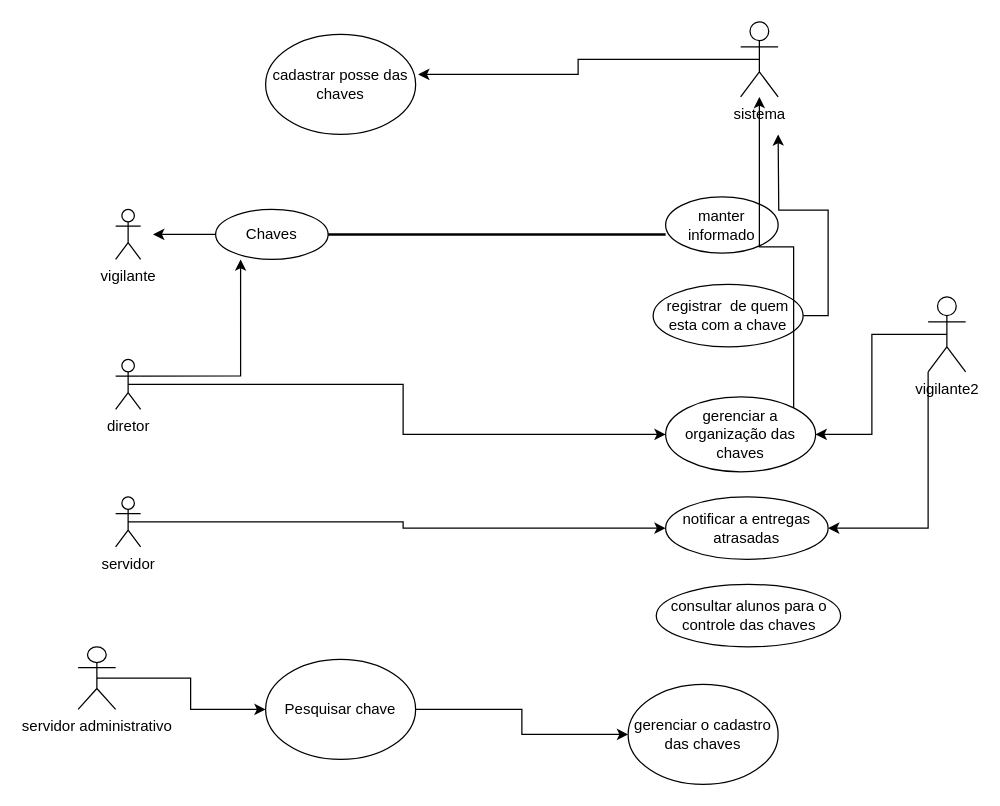
Earlier version of the draw.io diagram Diagrama sem nome.drawio (kemellyamorim/monitoria). Source tidied: cells renumbered, new cells numbered last; positions are measured from the earlier drawing's top-left corner, leaving out a move shared by most shapes. Both pictures are drawn from the tidied source at 125%, with x=0, y=0 at pixel (78, 21).
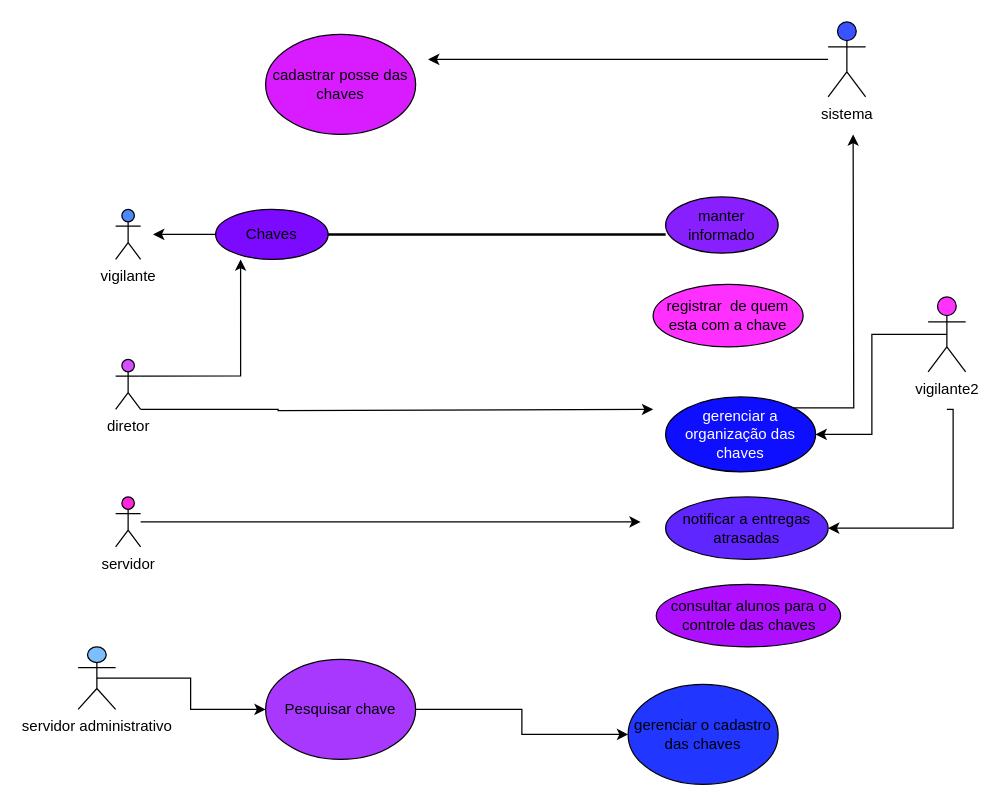
Above is the later version.

The edit, as a diff of the source:
```diff
@@
-    <mxCell id="2" value="vigilante" style="shape=umlActor;verticalLabelPosition=bottom;verticalAlign=top;html=1;" parent="1" vertex="1">
+    <mxCell id="2" value="vigilante" style="shape=umlActor;verticalLabelPosition=bottom;verticalAlign=top;html=1;fillColor=#4D88FF;" parent="1" vertex="1">
       <mxGeometry x="30" y="150" width="20" height="40" as="geometry" />
     </mxCell>
+    <mxCell id="29" style="edgeStyle=orthogonalEdgeStyle;rounded=0;jettySize=auto;html=1;" parent="1" edge="1" source="3">
+      <mxGeometry relative="1" as="geometry">
+        <mxPoint x="280" y="30" as="targetPoint" />
+      </mxGeometry>
+    </mxCell>
-    <mxCell id="3" value="sistema" style="shape=umlActor;verticalLabelPosition=bottom;verticalAlign=top;html=1;outlineConnect=0;" parent="1" vertex="1">
-      <mxGeometry x="530" width="30" height="60" as="geometry" />
+    <mxCell id="3" value="sistema" style="shape=umlActor;verticalLabelPosition=bottom;verticalAlign=top;html=1;outlineConnect=0;fillColor=#3853FF;" parent="1" vertex="1">
+      <mxGeometry x="600" width="30" height="60" as="geometry" />
     </mxCell>
@@
-    <mxCell id="5" value="Chaves" style="ellipse;whiteSpace=wrap;html=1;" parent="1" vertex="1">
+    <mxCell id="5" value="Chaves" style="ellipse;whiteSpace=wrap;html=1;fillColor=#7C0AFF;" parent="1" vertex="1">
       <mxGeometry x="110" y="150" width="90" height="40" as="geometry" />
     </mxCell>
-    <mxCell id="6" style="edgeStyle=orthogonalEdgeStyle;rounded=0;jettySize=auto;html=1;exitX=0.5;exitY=0.5;exitDx=0;exitDy=0;exitPerimeter=0;entryX=0;entryY=0.5;entryDx=0;entryDy=0;" parent="1" edge="1" source="7" target="15">
-      <mxGeometry relative="1" as="geometry" />
-    </mxCell>
+    <mxCell id="30" style="edgeStyle=orthogonalEdgeStyle;rounded=0;jettySize=auto;html=1;" parent="1" edge="1" source="7">
+      <mxGeometry relative="1" as="geometry">
+        <mxPoint x="450" y="400" as="targetPoint" />
+      </mxGeometry>
+    </mxCell>
-    <mxCell id="7" value="servidor" style="shape=umlActor;verticalLabelPosition=bottom;verticalAlign=top;html=1;outlineConnect=0;" parent="1" vertex="1">
+    <mxCell id="7" value="servidor" style="shape=umlActor;verticalLabelPosition=bottom;verticalAlign=top;html=1;outlineConnect=0;fillColor=#FF26DB;" parent="1" vertex="1">
       <mxGeometry x="30" y="380" width="20" height="40" as="geometry" />
     </mxCell>
-    <mxCell id="8" value="manter informado" style="ellipse;whiteSpace=wrap;html=1;" parent="1" vertex="1">
+    <mxCell id="8" value="manter informado" style="ellipse;whiteSpace=wrap;html=1;fillColor=#871FFF;" parent="1" vertex="1">
       <mxGeometry x="470" y="140" width="90" height="45" as="geometry" />
     </mxCell>
-    <mxCell id="9" style="edgeStyle=orthogonalEdgeStyle;rounded=0;jettySize=auto;html=1;exitX=1;exitY=0.5;exitDx=0;exitDy=0;" parent="1" edge="1" source="10">
-      <mxGeometry relative="1" as="geometry">
-        <mxPoint x="560" y="90" as="targetPoint" />
-      </mxGeometry>
-    </mxCell>
-    <mxCell id="10" value="registrar&amp;nbsp; de quem esta com a chave" style="ellipse;whiteSpace=wrap;html=1;" parent="1" vertex="1">
+    <mxCell id="10" value="registrar&amp;nbsp; de quem esta com a chave" style="ellipse;whiteSpace=wrap;html=1;fillColor=#FF30FF;" parent="1" vertex="1">
       <mxGeometry x="460" y="210" width="120" height="50" as="geometry" />
     </mxCell>
-    <mxCell id="11" style="edgeStyle=orthogonalEdgeStyle;rounded=0;jettySize=auto;html=1;exitX=0.5;exitY=0.5;exitDx=0;exitDy=0;exitPerimeter=0;" parent="1" edge="1" source="12" target="14">
-      <mxGeometry relative="1" as="geometry" />
-    </mxCell>
+    <mxCell id="31" style="edgeStyle=orthogonalEdgeStyle;rounded=0;jettySize=auto;html=1;" parent="1" edge="1" source="12">
+      <mxGeometry relative="1" as="geometry">
+        <mxPoint x="460" y="310" as="targetPoint" />
+        <Array as="points">
+          <mxPoint x="160" y="310" />
+          <mxPoint x="160" y="311" />
+        </Array>
+      </mxGeometry>
+    </mxCell>
-    <mxCell id="12" value="diretor" style="shape=umlActor;verticalLabelPosition=bottom;verticalAlign=top;html=1;outlineConnect=0;" parent="1" vertex="1">
+    <mxCell id="12" value="diretor" style="shape=umlActor;verticalLabelPosition=bottom;verticalAlign=top;html=1;outlineConnect=0;fillColor=#D64FFF;" parent="1" vertex="1">
       <mxGeometry x="30" y="270" width="20" height="40" as="geometry" />
     </mxCell>
-    <mxCell id="13" style="edgeStyle=orthogonalEdgeStyle;rounded=0;jettySize=auto;html=1;exitX=1;exitY=0;exitDx=0;exitDy=0;" parent="1" edge="1" source="14" target="3">
-      <mxGeometry relative="1" as="geometry" />
-    </mxCell>
+    <mxCell id="32" style="edgeStyle=orthogonalEdgeStyle;rounded=0;jettySize=auto;html=1;exitX=1;exitY=0;exitDx=0;exitDy=0;" parent="1" edge="1" source="14">
+      <mxGeometry relative="1" as="geometry">
+        <mxPoint x="620" y="90" as="targetPoint" />
+      </mxGeometry>
+    </mxCell>
-    <mxCell id="14" value="gerenciar a organização das chaves" style="ellipse;whiteSpace=wrap;html=1;" parent="1" vertex="1">
+    <mxCell id="14" value="&lt;font color=&quot;#ffffff&quot;&gt;gerenciar a organização das chaves&lt;/font&gt;" style="ellipse;whiteSpace=wrap;html=1;fillColor=#0F0FFF;" parent="1" vertex="1">
       <mxGeometry x="470" y="300" width="120" height="60" as="geometry" />
     </mxCell>
-    <mxCell id="15" value="notificar a entregas atrasadas" style="ellipse;whiteSpace=wrap;html=1;" parent="1" vertex="1">
+    <mxCell id="15" value="notificar a entregas atrasadas" style="ellipse;whiteSpace=wrap;html=1;fillColor=#6026FF;" parent="1" vertex="1">
       <mxGeometry x="470" y="380" width="130" height="50" as="geometry" />
     </mxCell>
-    <mxCell id="16" value="consultar alunos para o controle das chaves" style="ellipse;whiteSpace=wrap;html=1;" parent="1" vertex="1">
+    <mxCell id="16" value="consultar alunos para o controle das chaves" style="ellipse;whiteSpace=wrap;html=1;fillColor=#AF0FFF;" parent="1" vertex="1">
       <mxGeometry x="462.5" y="450" width="147.5" height="50" as="geometry" />
     </mxCell>
@@
-    <mxCell id="20" value="Pesquisar chave" style="ellipse;whiteSpace=wrap;html=1;" parent="1" vertex="1">
+    <mxCell id="20" value="Pesquisar chave" style="ellipse;whiteSpace=wrap;html=1;fillColor=#A938FF;" parent="1" vertex="1">
       <mxGeometry x="150" y="510" width="120" height="80" as="geometry" />
     </mxCell>
-    <mxCell id="21" value="cadastrar posse das chaves" style="ellipse;whiteSpace=wrap;html=1;" parent="1" vertex="1">
+    <mxCell id="21" value="cadastrar posse das chaves" style="ellipse;whiteSpace=wrap;html=1;fillColor=#D91CFF;" parent="1" vertex="1">
       <mxGeometry x="150" y="10" width="120" height="80" as="geometry" />
     </mxCell>
-    <mxCell id="22" style="edgeStyle=orthogonalEdgeStyle;rounded=0;jettySize=auto;html=1;exitX=0.5;exitY=0.5;exitDx=0;exitDy=0;exitPerimeter=0;entryX=1.017;entryY=0.4;entryDx=0;entryDy=0;entryPerimeter=0;" parent="1" edge="1" source="3" target="21">
-      <mxGeometry relative="1" as="geometry" />
-    </mxCell>
@@
-    <mxCell id="24" value="servidor administrativo" style="shape=umlActor;verticalLabelPosition=bottom;verticalAlign=top;html=1;outlineConnect=0;" parent="1" vertex="1">
+    <mxCell id="24" value="servidor administrativo" style="shape=umlActor;verticalLabelPosition=bottom;verticalAlign=top;html=1;outlineConnect=0;fillColor=#7DBEFF;" parent="1" vertex="1">
       <mxGeometry y="500" width="30" height="50" as="geometry" />
     </mxCell>
-    <mxCell id="25" value="gerenciar o cadastro das chaves" style="ellipse;whiteSpace=wrap;html=1;" parent="1" vertex="1">
+    <mxCell id="25" value="gerenciar o cadastro das chaves" style="ellipse;whiteSpace=wrap;html=1;fillColor=#2137FF;" parent="1" vertex="1">
       <mxGeometry x="440" y="530" width="120" height="80" as="geometry" />
     </mxCell>
@@
-    <mxCell id="27" style="edgeStyle=orthogonalEdgeStyle;rounded=0;jettySize=auto;html=1;exitX=0;exitY=1;exitDx=0;exitDy=0;exitPerimeter=0;entryX=1;entryY=0.5;entryDx=0;entryDy=0;" parent="1" edge="1" source="28" target="15">
-      <mxGeometry relative="1" as="geometry" />
-    </mxCell>
+    <mxCell id="33" style="edgeStyle=orthogonalEdgeStyle;rounded=0;jettySize=auto;html=1;" parent="1" edge="1" target="15">
+      <mxGeometry relative="1" as="geometry">
+        <mxPoint x="695" y="310" as="sourcePoint" />
+        <Array as="points">
+          <mxPoint x="700" y="310" />
+          <mxPoint x="700" y="405" />
+        </Array>
+      </mxGeometry>
+    </mxCell>
-    <mxCell id="28" value="vigilante2" style="shape=umlActor;verticalLabelPosition=bottom;verticalAlign=top;html=1;outlineConnect=0;" parent="1" vertex="1">
+    <mxCell id="28" value="vigilante2" style="shape=umlActor;verticalLabelPosition=bottom;verticalAlign=top;html=1;outlineConnect=0;fillColor=#FF33FF;" parent="1" vertex="1">
       <mxGeometry x="680" y="220" width="30" height="60" as="geometry" />
     </mxCell>
```
